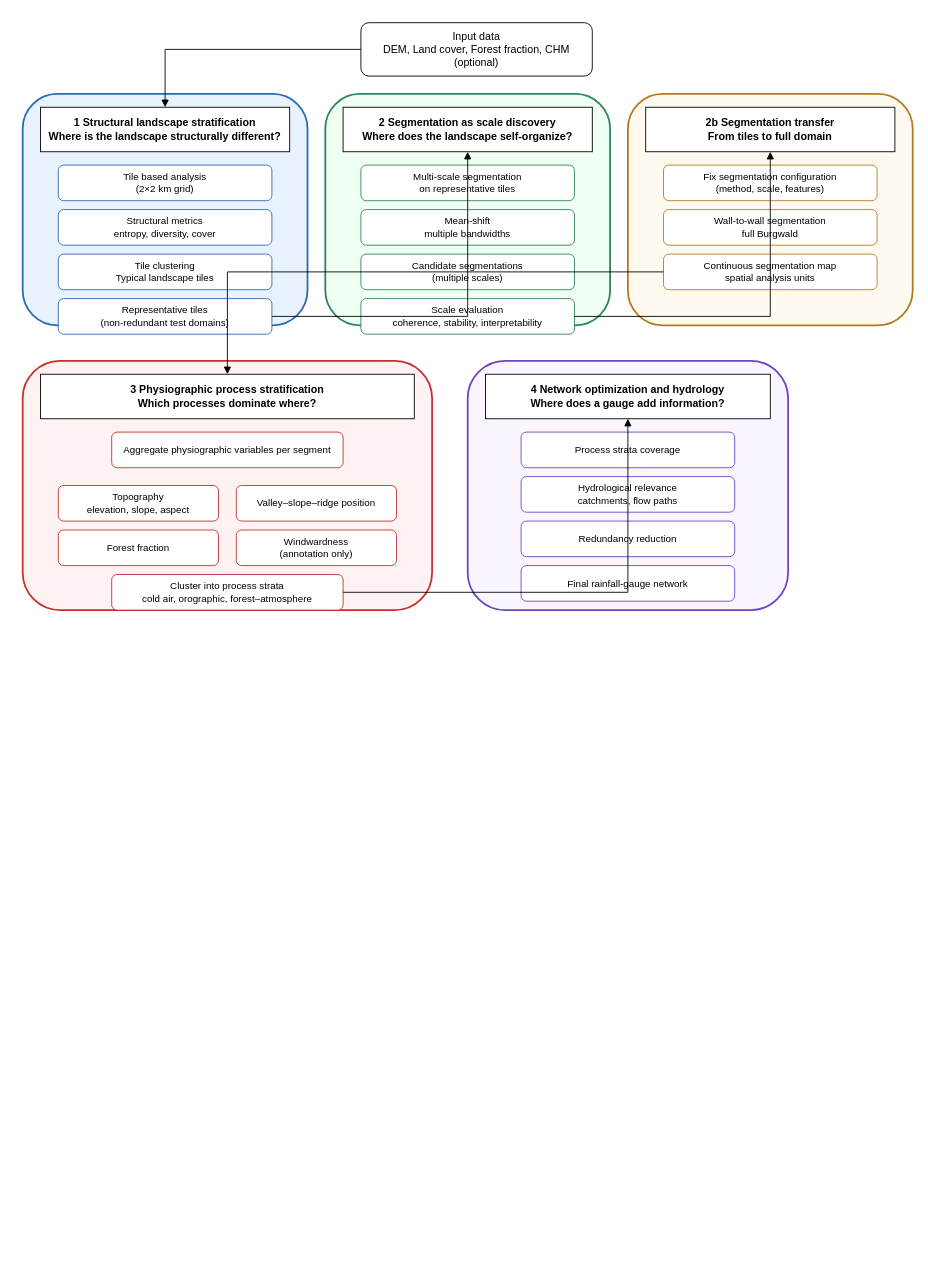
gisma-courses/LV-19-d19-006-25 keeps this draw.io diagram as images/Untitled Diagram.drawio. Above is the earlier version. Source tidied: cells renumbered, new cells numbered last; positions are measured from the earlier drawing's top-left corner, leaving out a move shared by most shapes. Both pictures are drawn from the tidied source at 89%, with x=0, y=0 at pixel (22, 22).
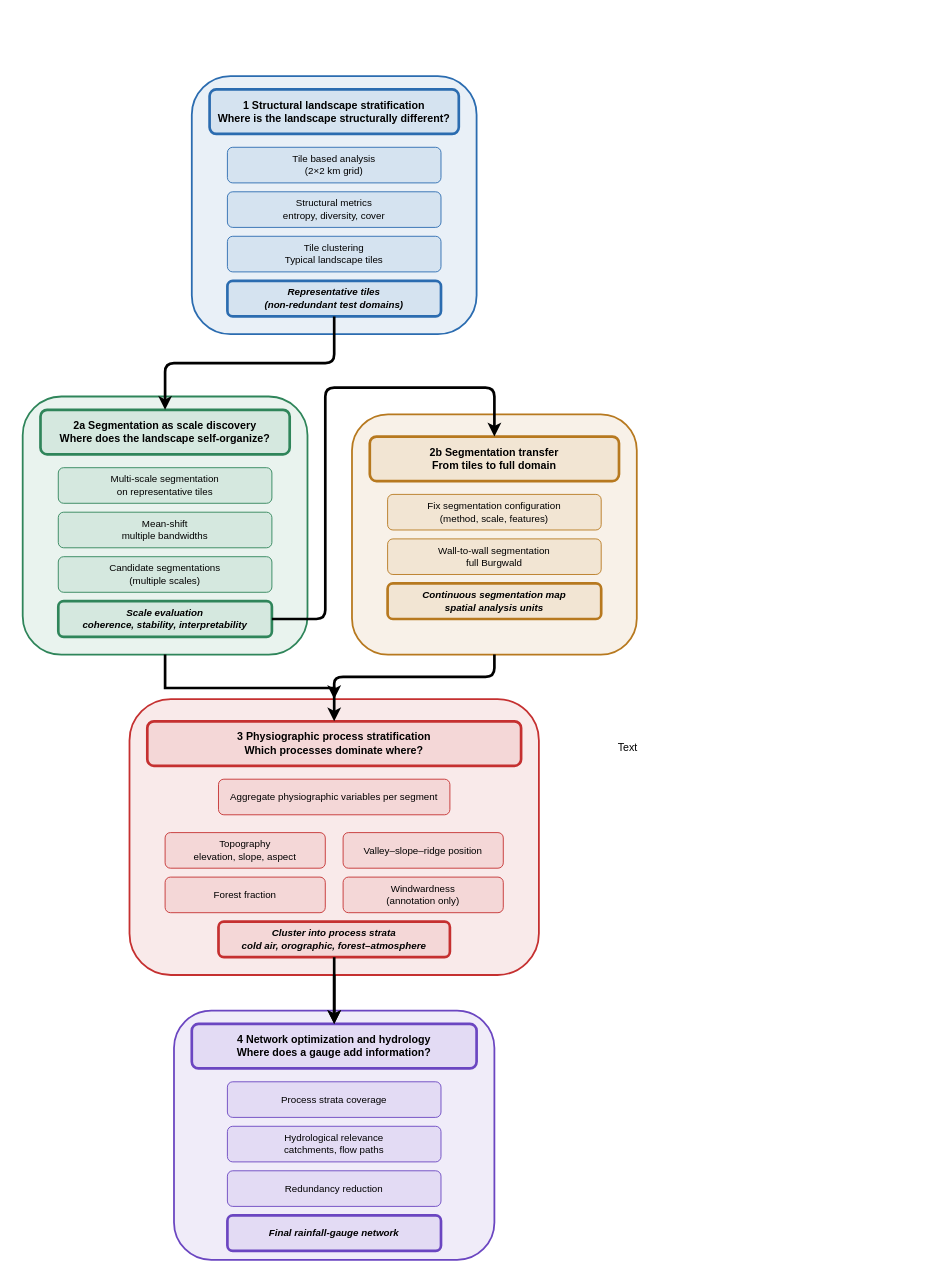
The same page after the edit.

Diff of the diagram source:
```diff
@@
-<mxGraphModel>
+<mxGraphModel background="light-dark(#FFFFFF,#FFFFFF)">
@@
-    <mxCell id="2" value="Input data&#10;DEM, Land cover, Forest fraction, CHM (optional)" style="rounded=1;whiteSpace=wrap;html=1;fillColor=#ffffff;strokeColor=#000000;fontSize=12;" parent="1" vertex="1">
-      <mxGeometry x="380" width="260" height="60" as="geometry" />
-    </mxCell>
+    <mxCell id="39" style="group;fontColor=light-dark(#000000,#000000);" parent="1" vertex="1">
+      <mxGeometry y="60" width="690" height="1330" as="geometry" />
+    </mxCell>
+    <mxCell id="40" style="group;fontColor=light-dark(#000000,#000000);" parent="39" vertex="1">
+      <mxGeometry x="190" width="320" height="290" as="geometry" />
+    </mxCell>
-    <mxCell id="3" style="rounded=1;whiteSpace=wrap;html=1;fillColor=#E8F3FF;strokeColor=#2B6CB0;strokeWidth=2;" parent="1" vertex="1">
-      <mxGeometry y="80" width="320" height="260" as="geometry" />
+    <mxCell id="3" style="rounded=1;whiteSpace=wrap;html=1;fillColor=#2B6CB0;fillOpacity=10;strokeColor=#2B6CB0;strokeWidth=2;fontColor=light-dark(#000000,#000000);" parent="40" vertex="1">
+      <mxGeometry width="320" height="290" as="geometry" />
     </mxCell>
-    <mxCell id="4" value="1 Structural landscape stratification&#10;Where is the landscape structurally different?" style="whiteSpace=wrap;html=1;fontStyle=1;" parent="3" vertex="1">
+    <mxCell id="4" value="1 Structural landscape stratification&#10;Where is the landscape structurally different?" style="rounded=1;whiteSpace=wrap;html=1;fillColor=#2B6CB0;fillOpacity=10;strokeColor=#2B6CB0;strokeWidth=3;fontStyle=1;fontColor=light-dark(#000000,#000000);" parent="40" vertex="1">
       <mxGeometry x="20" y="15" width="280" height="50" as="geometry" />
     </mxCell>
-    <mxCell id="5" value="Tile based analysis&#10;(2×2 km grid)" style="rounded=1;whiteSpace=wrap;html=1;fillColor=#ffffff;strokeColor=#2B6CB0;fontSize=11;" parent="3" vertex="1">
+    <mxCell id="5" value="Tile based analysis&#10;(2×2 km grid)" style="rounded=1;whiteSpace=wrap;html=1;fillColor=#2B6CB0;fillOpacity=10;strokeColor=#2B6CB0;fontSize=11;fontColor=light-dark(#000000,#000000);" parent="40" vertex="1">
       <mxGeometry x="40" y="80" width="240" height="40" as="geometry" />
     </mxCell>
-    <mxCell id="6" value="Structural metrics&#10;entropy, diversity, cover" style="rounded=1;whiteSpace=wrap;html=1;fillColor=#ffffff;strokeColor=#2B6CB0;fontSize=11;" parent="3" vertex="1">
+    <mxCell id="6" value="Structural metrics&#10;entropy, diversity, cover" style="rounded=1;whiteSpace=wrap;html=1;fillColor=#2B6CB0;fillOpacity=10;strokeColor=#2B6CB0;fontSize=11;fontColor=light-dark(#000000,#000000);" parent="40" vertex="1">
       <mxGeometry x="40" y="130" width="240" height="40" as="geometry" />
     </mxCell>
-    <mxCell id="7" value="Tile clustering&#10;Typical landscape tiles" style="rounded=1;whiteSpace=wrap;html=1;fillColor=#ffffff;strokeColor=#2B6CB0;fontSize=11;" parent="3" vertex="1">
+    <mxCell id="7" value="Tile clustering&#10;Typical landscape tiles" style="rounded=1;whiteSpace=wrap;html=1;fillColor=#2B6CB0;fillOpacity=10;strokeColor=#2B6CB0;fontSize=11;fontColor=light-dark(#000000,#000000);" parent="40" vertex="1">
       <mxGeometry x="40" y="180" width="240" height="40" as="geometry" />
     </mxCell>
-    <mxCell id="8" value="Representative tiles&#10;(non-redundant test domains)" style="rounded=1;whiteSpace=wrap;html=1;fillColor=#ffffff;strokeColor=#2B6CB0;fontSize=11;" parent="3" vertex="1">
+    <mxCell id="8" value="&lt;b&gt;&lt;i&gt;Representative tiles&lt;br&gt;(non-redundant test domains)&lt;/i&gt;&lt;/b&gt;" style="rounded=1;whiteSpace=wrap;html=1;fillColor=#2B6CB0;fillOpacity=10;strokeColor=#2B6CB0;fontSize=11;fontColor=light-dark(#000000,#000000);strokeWidth=3;" parent="40" vertex="1">
       <mxGeometry x="40" y="230" width="240" height="40" as="geometry" />
     </mxCell>
+    <mxCell id="41" style="group;fontColor=light-dark(#000000,#000000);" parent="39" vertex="1">
+      <mxGeometry y="360" width="320" height="290" as="geometry" />
+    </mxCell>
-    <mxCell id="9" style="rounded=1;whiteSpace=wrap;html=1;fillColor=#F0FFF4;strokeColor=#2F855A;strokeWidth=2;" parent="1" vertex="1">
-      <mxGeometry x="340" y="80" width="320" height="260" as="geometry" />
+    <mxCell id="9" style="rounded=1;whiteSpace=wrap;html=1;fillColor=#2F855A;fillOpacity=10;strokeColor=#2F855A;strokeWidth=2;fontColor=light-dark(#000000,#000000);" parent="41" vertex="1">
+      <mxGeometry width="320" height="290" as="geometry" />
     </mxCell>
-    <mxCell id="10" value="2 Segmentation as scale discovery&#10;Where does the landscape self-organize?" style="whiteSpace=wrap;html=1;fontStyle=1;" parent="9" vertex="1">
+    <mxCell id="10" value="2a Segmentation as scale discovery&#10;Where does the landscape self-organize?" style="rounded=1;whiteSpace=wrap;html=1;fillColor=#2F855A;fillOpacity=10;strokeColor=#2F855A;strokeWidth=3;fontStyle=1;fontColor=light-dark(#000000,#000000);" parent="41" vertex="1">
       <mxGeometry x="20" y="15" width="280" height="50" as="geometry" />
     </mxCell>
-    <mxCell id="11" value="Multi-scale segmentation&#10;on representative tiles" style="rounded=1;whiteSpace=wrap;html=1;fillColor=#ffffff;strokeColor=#2F855A;fontSize=11;" parent="9" vertex="1">
+    <mxCell id="11" value="Multi-scale segmentation&#10;on representative tiles" style="rounded=1;whiteSpace=wrap;html=1;fillColor=#2F855A;fillOpacity=10;strokeColor=#2F855A;fontSize=11;fontColor=light-dark(#000000,#000000);" parent="41" vertex="1">
       <mxGeometry x="40" y="80" width="240" height="40" as="geometry" />
     </mxCell>
-    <mxCell id="12" value="Mean-shift&#10;multiple bandwidths" style="rounded=1;whiteSpace=wrap;html=1;fillColor=#ffffff;strokeColor=#2F855A;fontSize=11;" parent="9" vertex="1">
+    <mxCell id="12" value="Mean-shift&#10;multiple bandwidths" style="rounded=1;whiteSpace=wrap;html=1;fillColor=#2F855A;fillOpacity=10;strokeColor=#2F855A;fontSize=11;fontColor=light-dark(#000000,#000000);" parent="41" vertex="1">
       <mxGeometry x="40" y="130" width="240" height="40" as="geometry" />
     </mxCell>
-    <mxCell id="13" value="Candidate segmentations&#10;(multiple scales)" style="rounded=1;whiteSpace=wrap;html=1;fillColor=#ffffff;strokeColor=#2F855A;fontSize=11;" parent="9" vertex="1">
+    <mxCell id="13" value="Candidate segmentations&#10;(multiple scales)" style="rounded=1;whiteSpace=wrap;html=1;fillColor=#2F855A;fillOpacity=10;strokeColor=#2F855A;fontSize=11;fontColor=light-dark(#000000,#000000);" parent="41" vertex="1">
       <mxGeometry x="40" y="180" width="240" height="40" as="geometry" />
     </mxCell>
-    <mxCell id="14" value="Scale evaluation&#10;coherence, stability, interpretability" style="rounded=1;whiteSpace=wrap;html=1;fillColor=#ffffff;strokeColor=#2F855A;fontSize=11;" parent="9" vertex="1">
+    <mxCell id="14" value="&lt;b&gt;&lt;i&gt;Scale evaluation&lt;br&gt;coherence, stability, interpretability&lt;/i&gt;&lt;/b&gt;" style="rounded=1;whiteSpace=wrap;html=1;fillColor=#2F855A;fillOpacity=10;strokeColor=#2F855A;fontSize=11;fontColor=light-dark(#000000,#000000);strokeWidth=3;" parent="41" vertex="1">
       <mxGeometry x="40" y="230" width="240" height="40" as="geometry" />
     </mxCell>
+    <mxCell id="42" style="group;fontColor=light-dark(#000000,#000000);" parent="39" vertex="1">
+      <mxGeometry x="370" y="380" width="320" height="270" as="geometry" />
+    </mxCell>
-    <mxCell id="15" style="rounded=1;whiteSpace=wrap;html=1;fillColor=#FFFAF0;strokeColor=#B7791F;strokeWidth=2;" parent="1" vertex="1">
-      <mxGeometry x="680" y="80" width="320" height="260" as="geometry" />
+    <mxCell id="15" style="rounded=1;whiteSpace=wrap;html=1;fillColor=#B7791F;fillOpacity=10;strokeColor=#B7791F;strokeWidth=2;fontColor=light-dark(#000000,#000000);" parent="42" vertex="1">
+      <mxGeometry width="320" height="270" as="geometry" />
     </mxCell>
-    <mxCell id="16" value="2b Segmentation transfer&#10;From tiles to full domain" style="whiteSpace=wrap;html=1;fontStyle=1;" parent="15" vertex="1">
-      <mxGeometry x="20" y="15" width="280" height="50" as="geometry" />
+    <mxCell id="16" value="2b Segmentation transfer&#10;From tiles to full domain" style="rounded=1;whiteSpace=wrap;html=1;fillColor=#B7791F;fillOpacity=10;strokeColor=#B7791F;strokeWidth=3;fontStyle=1;fontColor=light-dark(#000000,#000000);" parent="42" vertex="1">
+      <mxGeometry x="20" y="25" width="280" height="50" as="geometry" />
     </mxCell>
-    <mxCell id="17" value="Fix segmentation configuration&#10;(method, scale, features)" style="rounded=1;whiteSpace=wrap;html=1;fillColor=#ffffff;strokeColor=#B7791F;fontSize=11;" parent="15" vertex="1">
-      <mxGeometry x="40" y="80" width="240" height="40" as="geometry" />
+    <mxCell id="17" value="Fix segmentation configuration&#10;(method, scale, features)" style="rounded=1;whiteSpace=wrap;html=1;fillColor=#B7791F;fillOpacity=10;strokeColor=#B7791F;fontSize=11;fontColor=light-dark(#000000,#000000);" parent="42" vertex="1">
+      <mxGeometry x="40" y="90" width="240" height="40" as="geometry" />
     </mxCell>
-    <mxCell id="18" value="Wall-to-wall segmentation&#10;full Burgwald" style="rounded=1;whiteSpace=wrap;html=1;fillColor=#ffffff;strokeColor=#B7791F;fontSize=11;" parent="15" vertex="1">
-      <mxGeometry x="40" y="130" width="240" height="40" as="geometry" />
+    <mxCell id="18" value="Wall-to-wall segmentation&#10;full Burgwald" style="rounded=1;whiteSpace=wrap;html=1;fillColor=#B7791F;fillOpacity=10;strokeColor=#B7791F;fontSize=11;fontColor=light-dark(#000000,#000000);" parent="42" vertex="1">
+      <mxGeometry x="40" y="140" width="240" height="40" as="geometry" />
     </mxCell>
-    <mxCell id="19" value="Continuous segmentation map&#10;spatial analysis units" style="rounded=1;whiteSpace=wrap;html=1;fillColor=#ffffff;strokeColor=#B7791F;fontSize=11;" parent="15" vertex="1">
-      <mxGeometry x="40" y="180" width="240" height="40" as="geometry" />
+    <mxCell id="19" value="&lt;b&gt;&lt;i&gt;Continuous segmentation map&lt;br&gt;spatial analysis units&lt;/i&gt;&lt;/b&gt;" style="rounded=1;whiteSpace=wrap;html=1;fillColor=#B7791F;fillOpacity=10;strokeColor=#B7791F;fontSize=11;fontColor=light-dark(#000000,#000000);strokeWidth=3;" parent="42" vertex="1">
+      <mxGeometry x="40" y="190" width="240" height="40" as="geometry" />
     </mxCell>
+    <mxCell id="43" style="group;fontColor=light-dark(#000000,#000000);" parent="39" vertex="1">
+      <mxGeometry x="120" y="700" width="460" height="310" as="geometry" />
+    </mxCell>
-    <mxCell id="20" style="rounded=1;whiteSpace=wrap;html=1;fillColor=#FEF2F2;strokeColor=#C53030;strokeWidth=2;" parent="1" vertex="1">
-      <mxGeometry y="380" width="460" height="280" as="geometry" />
+    <mxCell id="20" style="rounded=1;whiteSpace=wrap;html=1;fillColor=#C53030;fillOpacity=10;strokeColor=#C53030;strokeWidth=2;fontColor=light-dark(#000000,#000000);" parent="43" vertex="1">
+      <mxGeometry width="460" height="310" as="geometry" />
     </mxCell>
-    <mxCell id="21" value="3 Physiographic process stratification&#10;Which processes dominate where?" style="whiteSpace=wrap;html=1;fontStyle=1;" parent="20" vertex="1">
-      <mxGeometry x="20" y="15" width="420" height="50" as="geometry" />
+    <mxCell id="21" value="3 Physiographic process stratification&#10;Which processes dominate where?" style="rounded=1;whiteSpace=wrap;html=1;fillColor=#C53030;fillOpacity=10;strokeColor=#C53030;strokeWidth=3;fontStyle=1;fontColor=light-dark(#000000,#000000);" parent="43" vertex="1">
+      <mxGeometry x="20" y="25" width="420" height="50" as="geometry" />
     </mxCell>
-    <mxCell id="22" value="Aggregate physiographic variables per segment" style="rounded=1;whiteSpace=wrap;html=1;fillColor=#ffffff;strokeColor=#C53030;fontSize=11;" parent="20" vertex="1">
-      <mxGeometry x="100" y="80" width="260" height="40" as="geometry" />
+    <mxCell id="22" value="Aggregate physiographic variables per segment" style="rounded=1;whiteSpace=wrap;html=1;fillColor=#C53030;fillOpacity=10;strokeColor=#C53030;fontSize=11;fontColor=light-dark(#000000,#000000);" parent="43" vertex="1">
+      <mxGeometry x="100" y="90" width="260" height="40" as="geometry" />
     </mxCell>
-    <mxCell id="23" value="Topography&#10;elevation, slope, aspect" style="rounded=1;whiteSpace=wrap;html=1;fillColor=#ffffff;strokeColor=#C53030;fontSize=11;" parent="20" vertex="1">
-      <mxGeometry x="40" y="140" width="180" height="40" as="geometry" />
+    <mxCell id="23" value="Topography&#10;elevation, slope, aspect" style="rounded=1;whiteSpace=wrap;html=1;fillColor=#C53030;fillOpacity=10;strokeColor=#C53030;fontSize=11;fontColor=light-dark(#000000,#000000);" parent="43" vertex="1">
+      <mxGeometry x="40" y="150" width="180" height="40" as="geometry" />
     </mxCell>
-    <mxCell id="24" value="Valley–slope–ridge position" style="rounded=1;whiteSpace=wrap;html=1;fillColor=#ffffff;strokeColor=#C53030;fontSize=11;" parent="20" vertex="1">
-      <mxGeometry x="240" y="140" width="180" height="40" as="geometry" />
+    <mxCell id="24" value="Valley–slope–ridge position" style="rounded=1;whiteSpace=wrap;html=1;fillColor=#C53030;fillOpacity=10;strokeColor=#C53030;fontSize=11;fontColor=light-dark(#000000,#000000);" parent="43" vertex="1">
+      <mxGeometry x="240" y="150" width="180" height="40" as="geometry" />
     </mxCell>
-    <mxCell id="25" value="Forest fraction" style="rounded=1;whiteSpace=wrap;html=1;fillColor=#ffffff;strokeColor=#C53030;fontSize=11;" parent="20" vertex="1">
-      <mxGeometry x="40" y="190" width="180" height="40" as="geometry" />
+    <mxCell id="25" value="Forest fraction" style="rounded=1;whiteSpace=wrap;html=1;fillColor=#C53030;fillOpacity=10;strokeColor=#C53030;fontSize=11;fontColor=light-dark(#000000,#000000);" parent="43" vertex="1">
+      <mxGeometry x="40" y="200" width="180" height="40" as="geometry" />
     </mxCell>
-    <mxCell id="26" value="Windwardness&#10;(annotation only)" style="rounded=1;whiteSpace=wrap;html=1;fillColor=#ffffff;strokeColor=#C53030;fontSize=11;" parent="20" vertex="1">
-      <mxGeometry x="240" y="190" width="180" height="40" as="geometry" />
+    <mxCell id="26" value="Windwardness&#10;(annotation only)" style="rounded=1;whiteSpace=wrap;html=1;fillColor=#C53030;fillOpacity=10;strokeColor=#C53030;fontSize=11;fontColor=light-dark(#000000,#000000);" parent="43" vertex="1">
+      <mxGeometry x="240" y="200" width="180" height="40" as="geometry" />
     </mxCell>
-    <mxCell id="27" value="Cluster into process strata&#10;cold air, orographic, forest–atmosphere" style="rounded=1;whiteSpace=wrap;html=1;fillColor=#ffffff;strokeColor=#C53030;fontSize=11;" parent="20" vertex="1">
-      <mxGeometry x="100" y="240" width="260" height="40" as="geometry" />
+    <mxCell id="27" value="&lt;b&gt;&lt;i&gt;Cluster into process strata&lt;br&gt;cold air, orographic, forest–atmosphere&lt;/i&gt;&lt;/b&gt;" style="rounded=1;whiteSpace=wrap;html=1;fillColor=#C53030;fillOpacity=10;strokeColor=#C53030;fontSize=11;fontColor=light-dark(#000000,#000000);strokeWidth=3;" parent="43" vertex="1">
+      <mxGeometry x="100" y="250" width="260" height="40" as="geometry" />
     </mxCell>
+    <mxCell id="44" style="group;fontColor=light-dark(#000000,#000000);" parent="39" vertex="1">
+      <mxGeometry x="170" y="1050" width="360" height="280" as="geometry" />
+    </mxCell>
-    <mxCell id="28" style="rounded=1;whiteSpace=wrap;html=1;fillColor=#FAF5FF;strokeColor=#6B46C1;strokeWidth=2;" parent="1" vertex="1">
-      <mxGeometry x="500" y="380" width="360" height="280" as="geometry" />
+    <mxCell id="28" style="rounded=1;whiteSpace=wrap;html=1;fillColor=#6B46C1;fillOpacity=10;strokeColor=#6B46C1;strokeWidth=2;fontColor=light-dark(#000000,#000000);" parent="44" vertex="1">
+      <mxGeometry width="360" height="280" as="geometry" />
     </mxCell>
-    <mxCell id="29" value="4 Network optimization and hydrology&#10;Where does a gauge add information?" style="whiteSpace=wrap;html=1;fontStyle=1;" parent="28" vertex="1">
+    <mxCell id="29" value="4 Network optimization and hydrology&#10;Where does a gauge add information?" style="rounded=1;whiteSpace=wrap;html=1;fillColor=#6B46C1;fillOpacity=10;strokeColor=#6B46C1;strokeWidth=3;fontStyle=1;fontColor=light-dark(#000000,#000000);" parent="44" vertex="1">
       <mxGeometry x="20" y="15" width="320" height="50" as="geometry" />
     </mxCell>
-    <mxCell id="30" value="Process strata coverage" style="rounded=1;whiteSpace=wrap;html=1;fillColor=#ffffff;strokeColor=#6B46C1;fontSize=11;" parent="28" vertex="1">
+    <mxCell id="30" value="Process strata coverage" style="rounded=1;whiteSpace=wrap;html=1;fillColor=#6B46C1;fillOpacity=10;strokeColor=#6B46C1;fontSize=11;fontColor=light-dark(#000000,#000000);" parent="44" vertex="1">
       <mxGeometry x="60" y="80" width="240" height="40" as="geometry" />
     </mxCell>
-    <mxCell id="31" value="Hydrological relevance&#10;catchments, flow paths" style="rounded=1;whiteSpace=wrap;html=1;fillColor=#ffffff;strokeColor=#6B46C1;fontSize=11;" parent="28" vertex="1">
+    <mxCell id="31" value="Hydrological relevance&#10;catchments, flow paths" style="rounded=1;whiteSpace=wrap;html=1;fillColor=#6B46C1;fillOpacity=10;strokeColor=#6B46C1;fontSize=11;fontColor=light-dark(#000000,#000000);" parent="44" vertex="1">
       <mxGeometry x="60" y="130" width="240" height="40" as="geometry" />
     </mxCell>
-    <mxCell id="32" value="Redundancy reduction" style="rounded=1;whiteSpace=wrap;html=1;fillColor=#ffffff;strokeColor=#6B46C1;fontSize=11;" parent="28" vertex="1">
+    <mxCell id="32" value="Redundancy reduction" style="rounded=1;whiteSpace=wrap;html=1;fillColor=#6B46C1;fillOpacity=10;strokeColor=#6B46C1;fontSize=11;fontColor=light-dark(#000000,#000000);" parent="44" vertex="1">
       <mxGeometry x="60" y="180" width="240" height="40" as="geometry" />
     </mxCell>
-    <mxCell id="33" value="Final rainfall-gauge network" style="rounded=1;whiteSpace=wrap;html=1;fillColor=#ffffff;strokeColor=#6B46C1;fontSize=11;" parent="28" vertex="1">
+    <mxCell id="33" value="&lt;b&gt;&lt;i&gt;Final rainfall-gauge network&lt;/i&gt;&lt;/b&gt;" style="rounded=1;whiteSpace=wrap;html=1;fillColor=#6B46C1;fillOpacity=10;strokeColor=#6B46C1;fontSize=11;fontColor=light-dark(#000000,#000000);strokeWidth=3;" parent="44" vertex="1">
       <mxGeometry x="60" y="230" width="240" height="40" as="geometry" />
     </mxCell>
-    <mxCell id="34" style="edgeStyle=orthogonalEdgeStyle;rounded=0;jettySize=auto;html=1;endArrow=block;" parent="1" edge="1" source="2" target="4">
-      <mxGeometry relative="1" as="geometry" />
-    </mxCell>
-    <mxCell id="35" style="edgeStyle=orthogonalEdgeStyle;rounded=0;jettySize=auto;html=1;endArrow=block;" parent="1" edge="1" source="8" target="10">
-      <mxGeometry relative="1" as="geometry" />
-    </mxCell>
-    <mxCell id="36" style="edgeStyle=orthogonalEdgeStyle;rounded=0;jettySize=auto;html=1;endArrow=block;" parent="1" edge="1" source="14" target="16">
-      <mxGeometry relative="1" as="geometry" />
-    </mxCell>
+    <mxCell id="45" style="edgeStyle=orthogonalEdgeStyle;strokeColor=#000000;strokeWidth=3;fontColor=light-dark(#000000,#000000);" parent="39" edge="1" source="8" target="10" />
+    <mxCell id="46" style="edgeStyle=orthogonalEdgeStyle;strokeColor=#000000;strokeWidth=3;fontColor=light-dark(#000000,#000000);" parent="39" edge="1" source="14" target="16" />
-    <mxCell id="37" style="edgeStyle=orthogonalEdgeStyle;rounded=0;jettySize=auto;html=1;endArrow=block;" parent="1" edge="1" source="19" target="21">
-      <mxGeometry relative="1" as="geometry" />
-    </mxCell>
+    <mxCell id="37" style="edgeStyle=orthogonalEdgeStyle;strokeColor=#000000;strokeWidth=3;fontColor=light-dark(#000000,#000000);" parent="39" edge="1" source="19" target="21" />
-    <mxCell id="38" style="edgeStyle=orthogonalEdgeStyle;rounded=0;jettySize=auto;html=1;endArrow=block;" parent="1" edge="1" source="27" target="29">
-      <mxGeometry relative="1" as="geometry" />
-    </mxCell>
+    <mxCell id="47" style="edgeStyle=orthogonalEdgeStyle;strokeColor=#000000;strokeWidth=3;fontColor=light-dark(#000000,#000000);" parent="39" edge="1" source="27" target="29" />
+    <mxCell id="48" style="edgeStyle=orthogonalEdgeStyle;rounded=1;jettySize=auto;html=1;fontColor=light-dark(#000000,#000000);curved=0;strokeWidth=3;strokeColor=light-dark(#000000,#000000);endArrow=none;endFill=0;startArrow=classic;startFill=1;" parent="39" edge="1" source="20" target="15">
+      <mxGeometry relative="1" as="geometry" />
+    </mxCell>
+    <mxCell id="49" style="edgeStyle=orthogonalEdgeStyle;rounded=0;jettySize=auto;html=1;strokeColor=#000000;strokeWidth=3;fontColor=light-dark(#000000,#000000);" parent="39" edge="1" source="9" target="21">
+      <mxGeometry relative="1" as="geometry" />
+    </mxCell>
+    <mxCell id="50" style="edgeStyle=orthogonalEdgeStyle;rounded=1;jettySize=auto;html=1;exitX=1;exitY=0.5;exitDx=0;exitDy=0;entryX=0.5;entryY=0;entryDx=0;entryDy=0;strokeColor=light-dark(#000000,#000000);strokeWidth=3;fontColor=light-dark(#000000,#000000);curved=0;" parent="39" edge="1" source="14" target="16">
+      <mxGeometry relative="1" as="geometry">
+        <Array as="points">
+          <mxPoint x="340" y="610" />
+          <mxPoint x="340" y="350" />
+          <mxPoint x="530" y="350" />
+        </Array>
+      </mxGeometry>
+    </mxCell>
+    <mxCell id="51" style="edgeStyle=orthogonalEdgeStyle;rounded=1;jettySize=auto;html=1;exitX=0.5;exitY=1;exitDx=0;exitDy=0;entryX=0.5;entryY=0;entryDx=0;entryDy=0;strokeColor=light-dark(#000000,#000000);strokeWidth=3;curved=0;fontColor=light-dark(#000000,#000000);" parent="39" edge="1" source="8" target="10">
+      <mxGeometry relative="1" as="geometry" />
+    </mxCell>
+    <mxCell id="52" style="edgeStyle=orthogonalEdgeStyle;rounded=0;jettySize=auto;html=1;exitX=0.5;exitY=1;exitDx=0;exitDy=0;strokeColor=#000000;strokeWidth=3;fontColor=light-dark(#000000,#000000);" parent="39" edge="1" source="27" target="29">
+      <mxGeometry relative="1" as="geometry" />
+    </mxCell>
+    <mxCell id="53" style="edgeStyle=orthogonalEdgeStyle;rounded=1;jettySize=auto;html=1;strokeColor=light-dark(#000000,#000000);curved=0;strokeWidth=3;" parent="39" edge="1" source="20" target="29">
+      <mxGeometry relative="1" as="geometry" />
+    </mxCell>
+    <mxCell id="54" value="Text" style="text;html=1;whiteSpace=wrap;strokeColor=none;fillColor=none;align=center;verticalAlign=middle;rounded=0;fontColor=light-dark(#000000,#000000);" parent="1" vertex="1">
+      <mxGeometry x="650" y="800" width="60" height="30" as="geometry" />
+    </mxCell>
```
